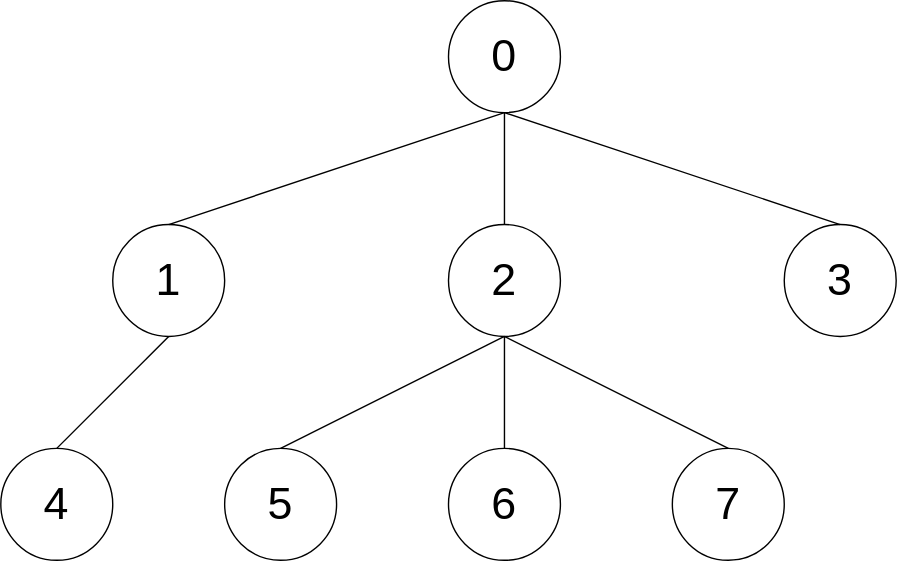
The draw.io diagram lib/cpalgo/tree/lca/tests/lca_testcase3.drawio.svg in xirc/cp-algorithm, before a commit. Source tidied: cells renumbered, new cells last; positions are measured from the earlier drawing's top-left corner, leaving out a move shared by most shapes. Its diagram source:
```xml
<mxGraphModel>
  <root>
    <mxCell id="0" />
    <mxCell id="1" parent="0" />
    <mxCell id="2" value="0" style="ellipse;whiteSpace=wrap;html=1;fontSize=32;" parent="1" vertex="1">
      <mxGeometry x="320" width="80" height="80" as="geometry" />
    </mxCell>
    <mxCell id="3" value="1" style="ellipse;whiteSpace=wrap;html=1;fontSize=32;" parent="1" vertex="1">
      <mxGeometry x="80" y="160" width="80" height="80" as="geometry" />
    </mxCell>
    <mxCell id="4" value="2" style="ellipse;whiteSpace=wrap;html=1;fontSize=32;" parent="1" vertex="1">
      <mxGeometry x="320" y="160" width="80" height="80" as="geometry" />
    </mxCell>
    <mxCell id="5" value="3" style="ellipse;whiteSpace=wrap;html=1;fontSize=32;" parent="1" vertex="1">
      <mxGeometry x="560" y="160" width="80" height="80" as="geometry" />
    </mxCell>
    <mxCell id="6" style="endArrow=none;html=1;entryX=0.5;entryY=1;entryDx=0;entryDy=0;exitX=0.5;exitY=0;exitDx=0;exitDy=0;" parent="1" edge="1" source="3" target="2">
      <mxGeometry relative="1" as="geometry" />
    </mxCell>
    <mxCell id="7" style="endArrow=none;html=1;exitX=0.5;exitY=0;exitDx=0;exitDy=0;entryX=0.5;entryY=1;entryDx=0;entryDy=0;" parent="1" edge="1" source="4" target="2">
      <mxGeometry relative="1" as="geometry" />
    </mxCell>
    <mxCell id="8" style="endArrow=none;html=1;entryX=0.5;entryY=1;entryDx=0;entryDy=0;exitX=0.5;exitY=0;exitDx=0;exitDy=0;" parent="1" edge="1" source="5" target="2">
      <mxGeometry relative="1" as="geometry" />
    </mxCell>
    <mxCell id="9" value="4" style="ellipse;whiteSpace=wrap;html=1;fontSize=32;" parent="1" vertex="1">
      <mxGeometry y="320" width="80" height="80" as="geometry" />
    </mxCell>
    <mxCell id="10" value="5" style="ellipse;whiteSpace=wrap;html=1;fontSize=32;" parent="1" vertex="1">
      <mxGeometry x="160" y="320" width="80" height="80" as="geometry" />
    </mxCell>
    <mxCell id="11" style="endArrow=none;html=1;entryX=0.5;entryY=1;entryDx=0;entryDy=0;exitX=0.5;exitY=0;exitDx=0;exitDy=0;" parent="1" edge="1" source="9" target="3">
      <mxGeometry relative="1" as="geometry" />
    </mxCell>
    <mxCell id="12" style="endArrow=none;html=1;entryX=0.5;entryY=0;entryDx=0;entryDy=0;exitX=0.5;exitY=1;exitDx=0;exitDy=0;" parent="1" edge="1" source="4" target="10">
      <mxGeometry relative="1" as="geometry" />
    </mxCell>
    <mxCell id="13" value="6" style="ellipse;whiteSpace=wrap;html=1;fontSize=32;" parent="1" vertex="1">
      <mxGeometry x="320" y="320" width="80" height="80" as="geometry" />
    </mxCell>
    <mxCell id="14" style="endArrow=none;html=1;entryX=0.5;entryY=0;entryDx=0;entryDy=0;exitX=0.5;exitY=1;exitDx=0;exitDy=0;" parent="1" edge="1" source="4" target="13">
      <mxGeometry relative="1" as="geometry" />
    </mxCell>
    <mxCell id="15" value="7" style="ellipse;whiteSpace=wrap;html=1;fontSize=32;" parent="1" vertex="1">
      <mxGeometry x="480" y="320" width="80" height="80" as="geometry" />
    </mxCell>
    <mxCell id="16" style="endArrow=none;html=1;entryX=0.5;entryY=0;entryDx=0;entryDy=0;exitX=0.5;exitY=1;exitDx=0;exitDy=0;" parent="1" edge="1" source="4" target="15">
      <mxGeometry relative="1" as="geometry" />
    </mxCell>
  </root>
</mxGraphModel>
```
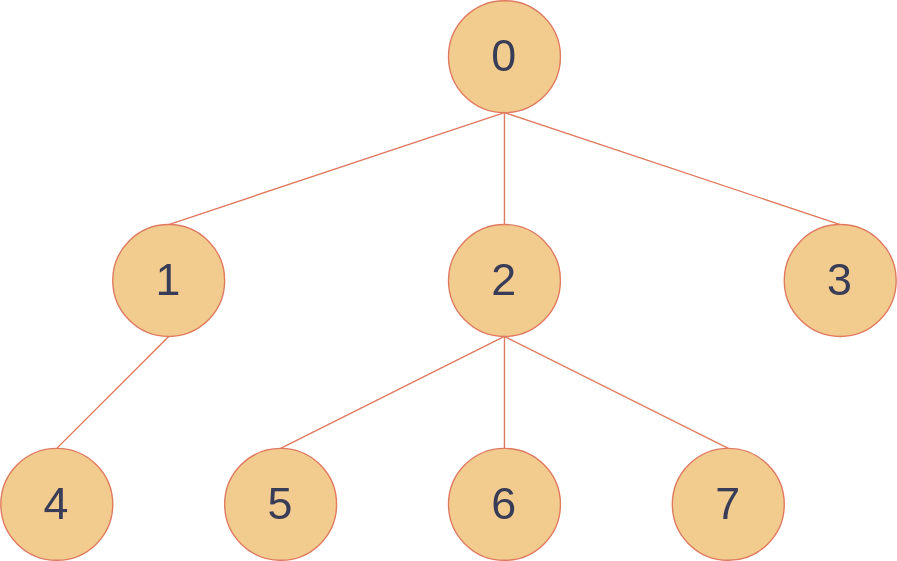
Above is the later version.

What changed in the source:
```diff
@@ -1,50 +1,50 @@
-<mxGraphModel>
+<mxGraphModel background="#FFFFFF">
   <root>
     <mxCell id="0" />
     <mxCell id="1" parent="0" />
-    <mxCell id="2" value="0" style="ellipse;whiteSpace=wrap;html=1;fontSize=32;" parent="1" vertex="1">
+    <mxCell id="2" value="0" style="ellipse;whiteSpace=wrap;html=1;fontSize=32;fillColor=#F2CC8F;strokeColor=#E07A5F;fontColor=#393C56;" parent="1" vertex="1">
       <mxGeometry x="320" width="80" height="80" as="geometry" />
     </mxCell>
-    <mxCell id="3" value="1" style="ellipse;whiteSpace=wrap;html=1;fontSize=32;" parent="1" vertex="1">
+    <mxCell id="3" value="1" style="ellipse;whiteSpace=wrap;html=1;fontSize=32;fillColor=#F2CC8F;strokeColor=#E07A5F;fontColor=#393C56;" parent="1" vertex="1">
       <mxGeometry x="80" y="160" width="80" height="80" as="geometry" />
     </mxCell>
-    <mxCell id="4" value="2" style="ellipse;whiteSpace=wrap;html=1;fontSize=32;" parent="1" vertex="1">
+    <mxCell id="4" value="2" style="ellipse;whiteSpace=wrap;html=1;fontSize=32;fillColor=#F2CC8F;strokeColor=#E07A5F;fontColor=#393C56;" parent="1" vertex="1">
       <mxGeometry x="320" y="160" width="80" height="80" as="geometry" />
     </mxCell>
-    <mxCell id="5" value="3" style="ellipse;whiteSpace=wrap;html=1;fontSize=32;" parent="1" vertex="1">
+    <mxCell id="5" value="3" style="ellipse;whiteSpace=wrap;html=1;fontSize=32;fillColor=#F2CC8F;strokeColor=#E07A5F;fontColor=#393C56;" parent="1" vertex="1">
       <mxGeometry x="560" y="160" width="80" height="80" as="geometry" />
     </mxCell>
-    <mxCell id="6" style="endArrow=none;html=1;entryX=0.5;entryY=1;entryDx=0;entryDy=0;exitX=0.5;exitY=0;exitDx=0;exitDy=0;" parent="1" edge="1" source="3" target="2">
+    <mxCell id="6" style="endArrow=none;html=1;entryX=0.5;entryY=1;entryDx=0;entryDy=0;exitX=0.5;exitY=0;exitDx=0;exitDy=0;labelBackgroundColor=#F4F1DE;strokeColor=#E07A5F;fontColor=#393C56;" parent="1" edge="1" source="3" target="2">
       <mxGeometry relative="1" as="geometry" />
     </mxCell>
-    <mxCell id="7" style="endArrow=none;html=1;exitX=0.5;exitY=0;exitDx=0;exitDy=0;entryX=0.5;entryY=1;entryDx=0;entryDy=0;" parent="1" edge="1" source="4" target="2">
+    <mxCell id="7" style="endArrow=none;html=1;exitX=0.5;exitY=0;exitDx=0;exitDy=0;entryX=0.5;entryY=1;entryDx=0;entryDy=0;labelBackgroundColor=#F4F1DE;strokeColor=#E07A5F;fontColor=#393C56;" parent="1" edge="1" source="4" target="2">
       <mxGeometry relative="1" as="geometry" />
     </mxCell>
-    <mxCell id="8" style="endArrow=none;html=1;entryX=0.5;entryY=1;entryDx=0;entryDy=0;exitX=0.5;exitY=0;exitDx=0;exitDy=0;" parent="1" edge="1" source="5" target="2">
+    <mxCell id="8" style="endArrow=none;html=1;entryX=0.5;entryY=1;entryDx=0;entryDy=0;exitX=0.5;exitY=0;exitDx=0;exitDy=0;labelBackgroundColor=#F4F1DE;strokeColor=#E07A5F;fontColor=#393C56;" parent="1" edge="1" source="5" target="2">
       <mxGeometry relative="1" as="geometry" />
     </mxCell>
-    <mxCell id="9" value="4" style="ellipse;whiteSpace=wrap;html=1;fontSize=32;" parent="1" vertex="1">
+    <mxCell id="9" value="4" style="ellipse;whiteSpace=wrap;html=1;fontSize=32;fillColor=#F2CC8F;strokeColor=#E07A5F;fontColor=#393C56;" parent="1" vertex="1">
       <mxGeometry y="320" width="80" height="80" as="geometry" />
     </mxCell>
-    <mxCell id="10" value="5" style="ellipse;whiteSpace=wrap;html=1;fontSize=32;" parent="1" vertex="1">
+    <mxCell id="10" value="5" style="ellipse;whiteSpace=wrap;html=1;fontSize=32;fillColor=#F2CC8F;strokeColor=#E07A5F;fontColor=#393C56;" parent="1" vertex="1">
       <mxGeometry x="160" y="320" width="80" height="80" as="geometry" />
     </mxCell>
-    <mxCell id="11" style="endArrow=none;html=1;entryX=0.5;entryY=1;entryDx=0;entryDy=0;exitX=0.5;exitY=0;exitDx=0;exitDy=0;" parent="1" edge="1" source="9" target="3">
+    <mxCell id="11" style="endArrow=none;html=1;entryX=0.5;entryY=1;entryDx=0;entryDy=0;exitX=0.5;exitY=0;exitDx=0;exitDy=0;labelBackgroundColor=#F4F1DE;strokeColor=#E07A5F;fontColor=#393C56;" parent="1" edge="1" source="9" target="3">
       <mxGeometry relative="1" as="geometry" />
     </mxCell>
-    <mxCell id="12" style="endArrow=none;html=1;entryX=0.5;entryY=0;entryDx=0;entryDy=0;exitX=0.5;exitY=1;exitDx=0;exitDy=0;" parent="1" edge="1" source="4" target="10">
+    <mxCell id="12" style="endArrow=none;html=1;entryX=0.5;entryY=0;entryDx=0;entryDy=0;exitX=0.5;exitY=1;exitDx=0;exitDy=0;labelBackgroundColor=#F4F1DE;strokeColor=#E07A5F;fontColor=#393C56;" parent="1" edge="1" source="4" target="10">
       <mxGeometry relative="1" as="geometry" />
     </mxCell>
-    <mxCell id="13" value="6" style="ellipse;whiteSpace=wrap;html=1;fontSize=32;" parent="1" vertex="1">
+    <mxCell id="13" value="6" style="ellipse;whiteSpace=wrap;html=1;fontSize=32;fillColor=#F2CC8F;strokeColor=#E07A5F;fontColor=#393C56;" parent="1" vertex="1">
       <mxGeometry x="320" y="320" width="80" height="80" as="geometry" />
     </mxCell>
-    <mxCell id="14" style="endArrow=none;html=1;entryX=0.5;entryY=0;entryDx=0;entryDy=0;exitX=0.5;exitY=1;exitDx=0;exitDy=0;" parent="1" edge="1" source="4" target="13">
+    <mxCell id="14" style="endArrow=none;html=1;entryX=0.5;entryY=0;entryDx=0;entryDy=0;exitX=0.5;exitY=1;exitDx=0;exitDy=0;labelBackgroundColor=#F4F1DE;strokeColor=#E07A5F;fontColor=#393C56;" parent="1" edge="1" source="4" target="13">
       <mxGeometry relative="1" as="geometry" />
     </mxCell>
-    <mxCell id="15" value="7" style="ellipse;whiteSpace=wrap;html=1;fontSize=32;" parent="1" vertex="1">
+    <mxCell id="15" value="7" style="ellipse;whiteSpace=wrap;html=1;fontSize=32;fillColor=#F2CC8F;strokeColor=#E07A5F;fontColor=#393C56;" parent="1" vertex="1">
       <mxGeometry x="480" y="320" width="80" height="80" as="geometry" />
     </mxCell>
-    <mxCell id="16" style="endArrow=none;html=1;entryX=0.5;entryY=0;entryDx=0;entryDy=0;exitX=0.5;exitY=1;exitDx=0;exitDy=0;" parent="1" edge="1" source="4" target="15">
+    <mxCell id="16" style="endArrow=none;html=1;entryX=0.5;entryY=0;entryDx=0;entryDy=0;exitX=0.5;exitY=1;exitDx=0;exitDy=0;labelBackgroundColor=#F4F1DE;strokeColor=#E07A5F;fontColor=#393C56;" parent="1" edge="1" source="4" target="15">
       <mxGeometry relative="1" as="geometry" />
     </mxCell>
   </root>
```
